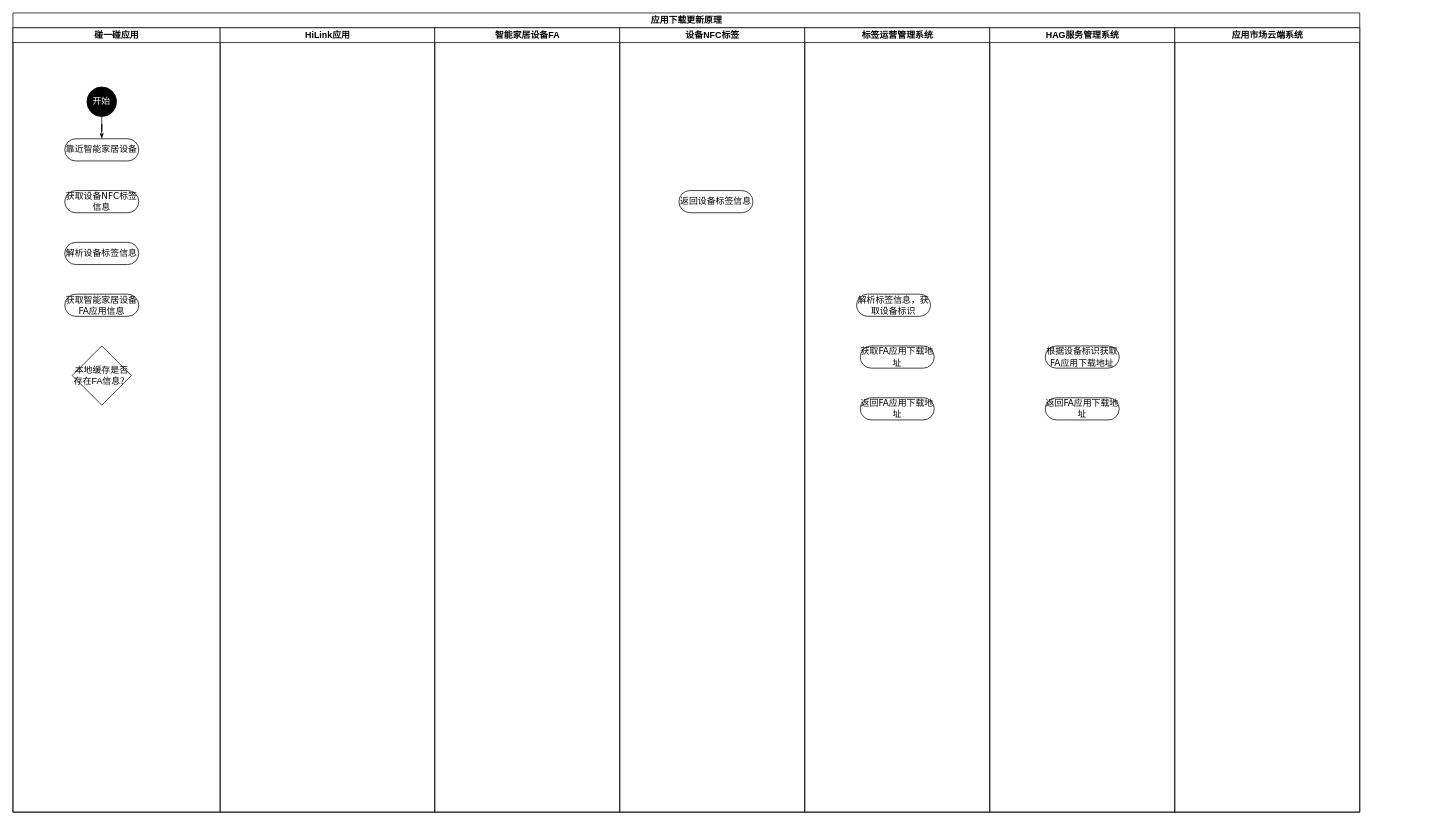
Earlier version of the draw.io diagram draw/智能家居设备FA更新机制.drawio (befairyliu/draw.io). Source tidied: cells renumbered, new cells numbered last; positions are measured from the earlier drawing's top-left corner, leaving out a move shared by most shapes. Both pictures are drawn from the tidied source at 74%, with x=0, y=0 at pixel (13, 13).
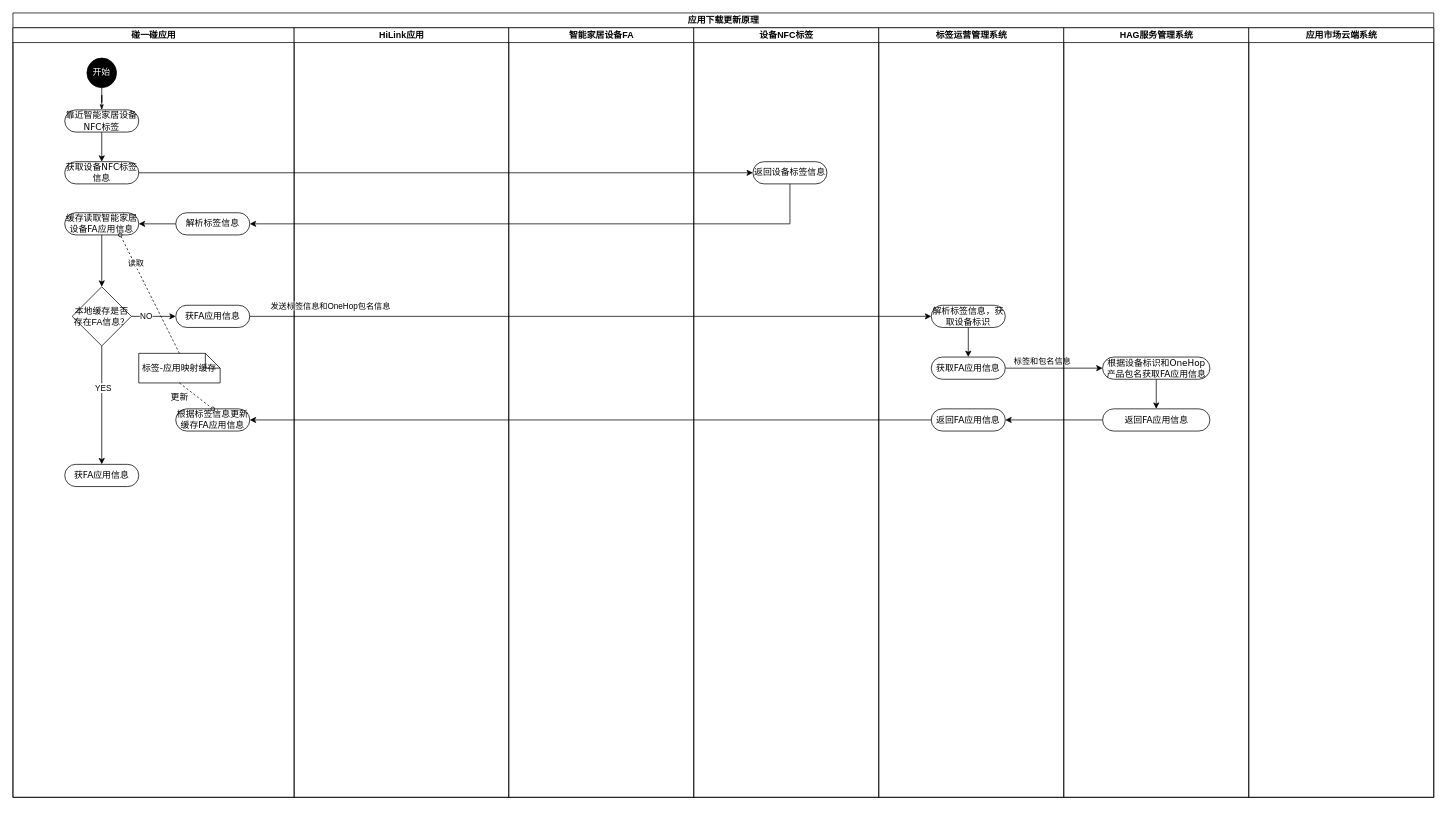
The same page after the edit.

Commit message:
Update 智能家居设备FA更新机制.drawio

Diff of the diagram source:
```diff
@@
     <mxCell id="2" value="应用下载更新原理" style="swimlane;html=1;startSize=20;rounded=0;shadow=0;comic=0;labelBackgroundColor=none;strokeWidth=1;fontFamily=Verdana;fontSize=12;align=center;" parent="1" vertex="1">
-      <mxGeometry width="1820" height="1080" as="geometry" />
+      <mxGeometry width="1920" height="1060" as="geometry" />
     </mxCell>
     <mxCell id="3" value="碰一碰应用" style="swimlane;html=1;startSize=20;" parent="2" vertex="1">
-      <mxGeometry y="20" width="280" height="1060" as="geometry" />
+      <mxGeometry y="20" width="380" height="1040" as="geometry" />
     </mxCell>
@@
+    <mxCell id="23" style="edgeStyle=orthogonalEdgeStyle;rounded=0;jettySize=auto;html=1;exitX=0.5;exitY=1;exitDx=0;exitDy=0;entryX=0.5;entryY=0;entryDx=0;entryDy=0;" parent="3" edge="1" source="5" target="7">
+      <mxGeometry relative="1" as="geometry" />
+    </mxCell>
-    <mxCell id="5" value="靠近智能家居设备" style="rounded=1;whiteSpace=wrap;html=1;shadow=0;comic=0;labelBackgroundColor=none;strokeWidth=1;fontFamily=Verdana;fontSize=12;align=center;arcSize=50;" parent="3" vertex="1">
-      <mxGeometry x="70" y="150" width="100" height="30" as="geometry" />
+    <mxCell id="5" value="靠近智能家居设备NFC标签" style="rounded=1;whiteSpace=wrap;html=1;shadow=0;comic=0;labelBackgroundColor=none;strokeWidth=1;fontFamily=Verdana;fontSize=12;align=center;arcSize=50;" parent="3" vertex="1">
+      <mxGeometry x="70" y="111" width="100" height="30" as="geometry" />
     </mxCell>
     <mxCell id="6" value="&lt;font color=&quot;#ffffff&quot;&gt;开始&lt;/font&gt;" style="ellipse;whiteSpace=wrap;html=1;rounded=0;shadow=0;comic=0;labelBackgroundColor=none;strokeWidth=1;fillColor=#000000;fontFamily=Verdana;fontSize=12;align=center;" parent="3" vertex="1">
-      <mxGeometry x="100" y="80" width="40" height="40" as="geometry" />
+      <mxGeometry x="100" y="41" width="40" height="40" as="geometry" />
     </mxCell>
     <mxCell id="7" value="获取设备NFC标签信息" style="rounded=1;whiteSpace=wrap;html=1;shadow=0;comic=0;labelBackgroundColor=none;strokeWidth=1;fontFamily=Verdana;fontSize=12;align=center;arcSize=50;" parent="3" vertex="1">
-      <mxGeometry x="70" y="220" width="100" height="30" as="geometry" />
+      <mxGeometry x="70" y="181" width="100" height="30" as="geometry" />
     </mxCell>
-    <mxCell id="8" value="解析设备标签信息" style="rounded=1;whiteSpace=wrap;html=1;shadow=0;comic=0;labelBackgroundColor=none;strokeWidth=1;fontFamily=Verdana;fontSize=12;align=center;arcSize=50;" parent="3" vertex="1">
-      <mxGeometry x="70" y="290" width="100" height="30" as="geometry" />
-    </mxCell>
+    <mxCell id="24" style="edgeStyle=orthogonalEdgeStyle;rounded=0;jettySize=auto;html=1;exitX=0.5;exitY=1;exitDx=0;exitDy=0;entryX=0.5;entryY=0;entryDx=0;entryDy=0;" parent="3" edge="1" source="9" target="10">
+      <mxGeometry relative="1" as="geometry" />
+    </mxCell>
-    <mxCell id="9" value="获取智能家居设备FA应用信息" style="rounded=1;whiteSpace=wrap;html=1;shadow=0;comic=0;labelBackgroundColor=none;strokeWidth=1;fontFamily=Verdana;fontSize=12;align=center;arcSize=50;" parent="3" vertex="1">
-      <mxGeometry x="70" y="360" width="100" height="30" as="geometry" />
+    <mxCell id="9" value="缓存读取智能家居设备FA应用信息" style="rounded=1;whiteSpace=wrap;html=1;shadow=0;comic=0;labelBackgroundColor=none;strokeWidth=1;fontFamily=Verdana;fontSize=12;align=center;arcSize=50;" parent="3" vertex="1">
+      <mxGeometry x="70" y="250" width="100" height="30" as="geometry" />
     </mxCell>
+    <mxCell id="25" style="edgeStyle=orthogonalEdgeStyle;rounded=0;jettySize=auto;html=1;exitX=0;exitY=0.5;exitDx=0;exitDy=0;entryX=1;entryY=0.5;entryDx=0;entryDy=0;" parent="3" edge="1" source="26" target="9">
+      <mxGeometry relative="1" as="geometry" />
+    </mxCell>
+    <mxCell id="26" value="解析标签信息" style="rounded=1;whiteSpace=wrap;html=1;shadow=0;comic=0;labelBackgroundColor=none;strokeWidth=1;fontFamily=Verdana;fontSize=12;align=center;arcSize=50;" parent="3" vertex="1">
+      <mxGeometry x="220" y="250" width="100" height="30" as="geometry" />
+    </mxCell>
+    <mxCell id="27" value="NO" style="edgeStyle=orthogonalEdgeStyle;rounded=0;jettySize=auto;html=1;exitX=1;exitY=0.5;exitDx=0;exitDy=0;" parent="3" edge="1" source="10" target="32">
+      <mxGeometry x="-0.33" relative="1" as="geometry">
+        <Array as="points">
+          <mxPoint x="180" y="390" />
+          <mxPoint x="180" y="390" />
+        </Array>
+      </mxGeometry>
+    </mxCell>
+    <mxCell id="28" style="edgeStyle=orthogonalEdgeStyle;rounded=0;jettySize=auto;html=1;exitX=0.5;exitY=1;exitDx=0;exitDy=0;entryX=0.5;entryY=0;entryDx=0;entryDy=0;" parent="3" edge="1" source="10" target="30">
+      <mxGeometry relative="1" as="geometry" />
+    </mxCell>
+    <mxCell id="29" value="YES" style="edgeLabel;html=1;align=center;verticalAlign=middle;" parent="28" vertex="1">
+      <mxGeometry x="-0.3" y="1" relative="1" as="geometry" />
+    </mxCell>
     <mxCell id="10" value="本地缓存是否存在FA信息？" style="rhombus;whiteSpace=wrap;html=1;" parent="3" vertex="1">
-      <mxGeometry x="80" y="430" width="80" height="80" as="geometry" />
+      <mxGeometry x="80" y="350" width="80" height="80" as="geometry" />
     </mxCell>
+    <mxCell id="30" value="获FA应用信息" style="rounded=1;whiteSpace=wrap;html=1;shadow=0;comic=0;labelBackgroundColor=none;strokeWidth=1;fontFamily=Verdana;fontSize=12;align=center;arcSize=50;" parent="3" vertex="1">
+      <mxGeometry x="70" y="590" width="100" height="30" as="geometry" />
+    </mxCell>
+    <mxCell id="31" value="标签-应用映射缓存" style="shape=note;whiteSpace=wrap;html=1;rounded=0;shadow=0;comic=0;labelBackgroundColor=none;strokeWidth=1;fontFamily=Verdana;fontSize=12;align=center;size=20;" parent="3" vertex="1">
+      <mxGeometry x="170" y="440" width="110" height="40" as="geometry" />
+    </mxCell>
+    <mxCell id="32" value="获FA应用信息" style="rounded=1;whiteSpace=wrap;html=1;shadow=0;comic=0;labelBackgroundColor=none;strokeWidth=1;fontFamily=Verdana;fontSize=12;align=center;arcSize=50;" parent="3" vertex="1">
+      <mxGeometry x="220" y="375" width="100" height="30" as="geometry" />
+    </mxCell>
+    <mxCell id="33" value="根据标签信息更新缓存FA应用信息" style="rounded=1;whiteSpace=wrap;html=1;shadow=0;comic=0;labelBackgroundColor=none;strokeWidth=1;fontFamily=Verdana;fontSize=12;align=center;arcSize=50;" parent="3" vertex="1">
+      <mxGeometry x="220" y="515" width="100" height="30" as="geometry" />
+    </mxCell>
+    <mxCell id="34" value="更新" style="edgeStyle=none;rounded=0;html=1;dashed=1;labelBackgroundColor=none;startArrow=none;startFill=0;startSize=5;endArrow=oval;endFill=0;endSize=5;jettySize=auto;strokeWidth=1;fontFamily=Verdana;fontSize=12;exitX=0.5;exitY=1;exitDx=0;exitDy=0;exitPerimeter=0;entryX=0.5;entryY=0;entryDx=0;entryDy=0;" parent="3" edge="1" source="31" target="33">
+      <mxGeometry x="-0.57" y="-16" relative="1" as="geometry" />
+    </mxCell>
+    <mxCell id="35" style="edgeStyle=none;rounded=0;html=1;dashed=1;labelBackgroundColor=none;startArrow=none;startFill=0;startSize=5;endArrow=oval;endFill=0;endSize=5;jettySize=auto;strokeWidth=1;fontFamily=Verdana;fontSize=12;entryX=0.75;entryY=1;entryDx=0;entryDy=0;exitX=0.5;exitY=0;exitDx=0;exitDy=0;exitPerimeter=0;" parent="3" edge="1" source="31" target="9">
+      <mxGeometry x="0.53" y="4" relative="1" as="geometry">
+        <mxPoint x="-1" as="offset" />
+      </mxGeometry>
+    </mxCell>
+    <mxCell id="36" value="读取" style="edgeLabel;html=1;align=center;verticalAlign=middle;" parent="35" vertex="1">
+      <mxGeometry x="0.51" y="-1" relative="1" as="geometry" />
+    </mxCell>
+    <mxCell id="37" style="edgeStyle=orthogonalEdgeStyle;rounded=0;jettySize=auto;html=1;exitX=1;exitY=0.5;exitDx=0;exitDy=0;" parent="2" edge="1" source="32" target="16">
+      <mxGeometry relative="1" as="geometry" />
+    </mxCell>
+    <mxCell id="38" value="发送标签信息和OneHop包名信息" style="edgeLabel;html=1;align=center;verticalAlign=middle;" parent="37" vertex="1">
+      <mxGeometry x="-0.8" y="-1" relative="1" as="geometry">
+        <mxPoint x="16" y="-16" as="offset" />
+      </mxGeometry>
+    </mxCell>
+    <mxCell id="39" style="edgeStyle=orthogonalEdgeStyle;rounded=0;jettySize=auto;html=1;exitX=1;exitY=0.5;exitDx=0;exitDy=0;" parent="2" edge="1" source="17" target="20">
+      <mxGeometry relative="1" as="geometry" />
+    </mxCell>
+    <mxCell id="40" value="标签和包名信息" style="edgeLabel;html=1;align=center;verticalAlign=middle;" parent="39" vertex="1">
+      <mxGeometry x="-0.35" y="-3" relative="1" as="geometry">
+        <mxPoint x="6" y="-13" as="offset" />
+      </mxGeometry>
+    </mxCell>
+    <mxCell id="41" style="edgeStyle=orthogonalEdgeStyle;rounded=0;jettySize=auto;html=1;exitX=0;exitY=0.5;exitDx=0;exitDy=0;entryX=1;entryY=0.5;entryDx=0;entryDy=0;" parent="2" edge="1" source="21" target="18">
+      <mxGeometry relative="1" as="geometry" />
+    </mxCell>
+    <mxCell id="42" style="edgeStyle=orthogonalEdgeStyle;rounded=0;jettySize=auto;html=1;exitX=0;exitY=0.5;exitDx=0;exitDy=0;entryX=1;entryY=0.5;entryDx=0;entryDy=0;" parent="2" edge="1" source="18" target="33">
+      <mxGeometry relative="1" as="geometry" />
+    </mxCell>
     <mxCell id="11" value="HiLink应用" style="swimlane;html=1;startSize=20;" parent="2" vertex="1">
-      <mxGeometry x="280" y="20" width="290" height="1060" as="geometry" />
+      <mxGeometry x="380" y="20" width="290" height="1040" as="geometry" />
     </mxCell>
     <mxCell id="12" value="智能家居设备FA" style="swimlane;html=1;startSize=20;" parent="2" vertex="1">
-      <mxGeometry x="570" y="20" width="250" height="1060" as="geometry" />
+      <mxGeometry x="670" y="20" width="250" height="1040" as="geometry" />
     </mxCell>
     <mxCell id="13" value="设备NFC标签" style="swimlane;html=1;startSize=20;" parent="2" vertex="1">
-      <mxGeometry x="820" y="20" width="250" height="1060" as="geometry" />
+      <mxGeometry x="920" y="20" width="250" height="1040" as="geometry" />
     </mxCell>
     <mxCell id="14" value="返回设备标签信息" style="rounded=1;whiteSpace=wrap;html=1;shadow=0;comic=0;labelBackgroundColor=none;strokeWidth=1;fontFamily=Verdana;fontSize=12;align=center;arcSize=50;" parent="13" vertex="1">
-      <mxGeometry x="80" y="220" width="100" height="30" as="geometry" />
+      <mxGeometry x="80" y="181" width="100" height="30" as="geometry" />
     </mxCell>
     <mxCell id="15" value="标签运营管理系统" style="swimlane;html=1;startSize=20;" parent="2" vertex="1">
-      <mxGeometry x="1070" y="20" width="250" height="1060" as="geometry" />
+      <mxGeometry x="1170" y="20" width="250" height="1040" as="geometry" />
     </mxCell>
+    <mxCell id="43" style="edgeStyle=orthogonalEdgeStyle;rounded=0;jettySize=auto;html=1;exitX=0.5;exitY=1;exitDx=0;exitDy=0;entryX=0.5;entryY=0;entryDx=0;entryDy=0;" parent="15" edge="1" source="16" target="17">
+      <mxGeometry relative="1" as="geometry" />
+    </mxCell>
     <mxCell id="16" value="解析标签信息，获取设备标识" style="rounded=1;whiteSpace=wrap;html=1;shadow=0;comic=0;labelBackgroundColor=none;strokeWidth=1;fontFamily=Verdana;fontSize=12;align=center;arcSize=50;" parent="15" vertex="1">
-      <mxGeometry x="70" y="360" width="100" height="30" as="geometry" />
+      <mxGeometry x="71" y="375" width="100" height="30" as="geometry" />
     </mxCell>
-    <mxCell id="17" value="获取FA应用下载地址" style="rounded=1;whiteSpace=wrap;html=1;shadow=0;comic=0;labelBackgroundColor=none;strokeWidth=1;fontFamily=Verdana;fontSize=12;align=center;arcSize=50;" parent="15" vertex="1">
-      <mxGeometry x="75" y="430" width="100" height="30" as="geometry" />
+    <mxCell id="17" value="获取FA应用信息" style="rounded=1;whiteSpace=wrap;html=1;shadow=0;comic=0;labelBackgroundColor=none;strokeWidth=1;fontFamily=Verdana;fontSize=12;align=center;arcSize=50;" parent="15" vertex="1">
+      <mxGeometry x="71" y="445" width="100" height="30" as="geometry" />
     </mxCell>
-    <mxCell id="18" value="返回FA应用下载地址" style="rounded=1;whiteSpace=wrap;html=1;shadow=0;comic=0;labelBackgroundColor=none;strokeWidth=1;fontFamily=Verdana;fontSize=12;align=center;arcSize=50;" parent="15" vertex="1">
-      <mxGeometry x="75" y="500" width="100" height="30" as="geometry" />
+    <mxCell id="18" value="返回FA应用信息" style="rounded=1;whiteSpace=wrap;html=1;shadow=0;comic=0;labelBackgroundColor=none;strokeWidth=1;fontFamily=Verdana;fontSize=12;align=center;arcSize=50;" parent="15" vertex="1">
+      <mxGeometry x="71" y="515" width="100" height="30" as="geometry" />
     </mxCell>
     <mxCell id="19" value="HAG服务管理系统" style="swimlane;html=1;startSize=20;" parent="2" vertex="1">
-      <mxGeometry x="1320" y="20" width="250" height="1060" as="geometry" />
+      <mxGeometry x="1420" y="20" width="250" height="1040" as="geometry" />
     </mxCell>
+    <mxCell id="44" style="edgeStyle=orthogonalEdgeStyle;rounded=0;jettySize=auto;html=1;exitX=0.5;exitY=1;exitDx=0;exitDy=0;entryX=0.5;entryY=0;entryDx=0;entryDy=0;" parent="19" edge="1" source="20" target="21">
+      <mxGeometry relative="1" as="geometry" />
+    </mxCell>
+    <mxCell id="21" value="返回FA应用信息" style="rounded=1;whiteSpace=wrap;html=1;shadow=0;comic=0;labelBackgroundColor=none;strokeWidth=1;fontFamily=Verdana;fontSize=12;align=center;arcSize=50;" parent="19" vertex="1">
+      <mxGeometry x="52.5" y="515" width="145" height="30" as="geometry" />
+    </mxCell>
-    <mxCell id="20" value="根据设备标识获取FA应用下载地址" style="rounded=1;whiteSpace=wrap;html=1;shadow=0;comic=0;labelBackgroundColor=none;strokeWidth=1;fontFamily=Verdana;fontSize=12;align=center;arcSize=50;" parent="19" vertex="1">
-      <mxGeometry x="75" y="430" width="100" height="30" as="geometry" />
+    <mxCell id="20" value="根据设备标识和OneHop产品包名获取FA应用信息" style="rounded=1;whiteSpace=wrap;html=1;shadow=0;comic=0;labelBackgroundColor=none;strokeWidth=1;fontFamily=Verdana;fontSize=12;align=center;arcSize=50;" parent="19" vertex="1">
+      <mxGeometry x="52.5" y="445" width="145" height="30" as="geometry" />
     </mxCell>
-    <mxCell id="21" value="返回FA应用下载地址" style="rounded=1;whiteSpace=wrap;html=1;shadow=0;comic=0;labelBackgroundColor=none;strokeWidth=1;fontFamily=Verdana;fontSize=12;align=center;arcSize=50;" parent="19" vertex="1">
-      <mxGeometry x="75" y="500" width="100" height="30" as="geometry" />
-    </mxCell>
     <mxCell id="22" value="应用市场云端系统" style="swimlane;html=1;startSize=20;" parent="2" vertex="1">
-      <mxGeometry x="1570" y="20" width="250" height="1060" as="geometry" />
+      <mxGeometry x="1670" y="20" width="250" height="1040" as="geometry" />
     </mxCell>
+    <mxCell id="45" style="edgeStyle=orthogonalEdgeStyle;rounded=0;jettySize=auto;html=1;exitX=1;exitY=0.5;exitDx=0;exitDy=0;" parent="2" edge="1" source="7" target="14">
+      <mxGeometry relative="1" as="geometry" />
+    </mxCell>
+    <mxCell id="46" style="edgeStyle=orthogonalEdgeStyle;rounded=0;jettySize=auto;html=1;exitX=0.5;exitY=1;exitDx=0;exitDy=0;entryX=1;entryY=0.5;entryDx=0;entryDy=0;" parent="2" edge="1" source="14" target="26">
+      <mxGeometry relative="1" as="geometry" />
+    </mxCell>
```
